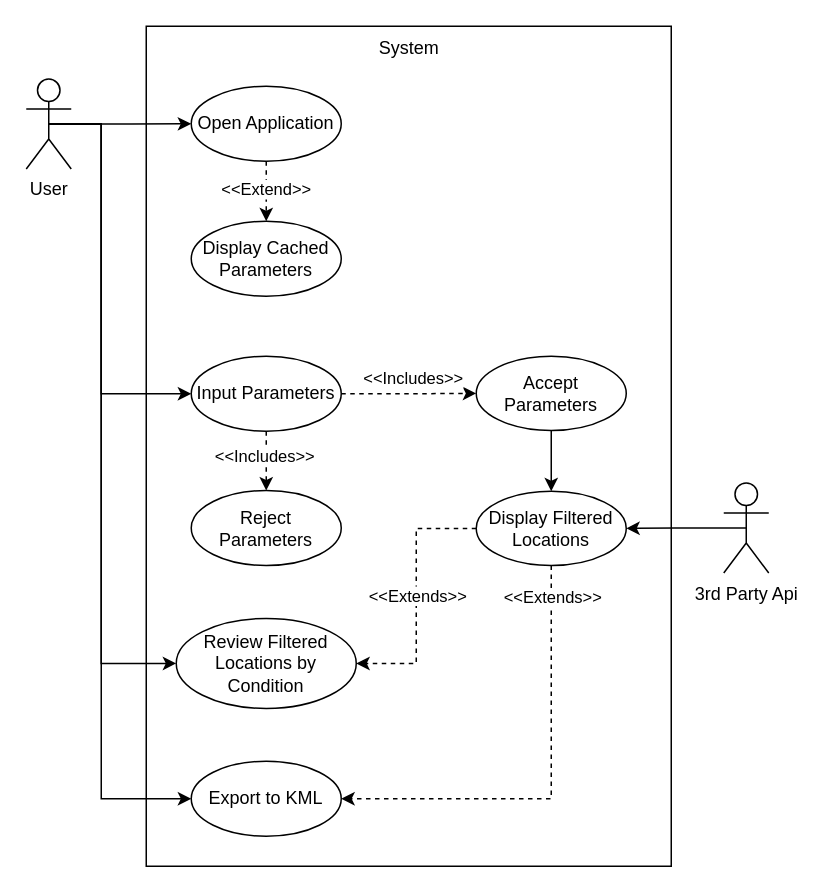
ALEEF02/PrecisionLocationProcessor keeps this draw.io diagram as UML/DrawIO/UseCaseV2.drawio. Above is the earlier version. Source tidied: cells renumbered, new cells numbered last; positions are measured from the earlier drawing's top-left corner, leaving out a move shared by most shapes. Both pictures are drawn from the tidied source at 150%, with x=0, y=0 at pixel (26, 26).
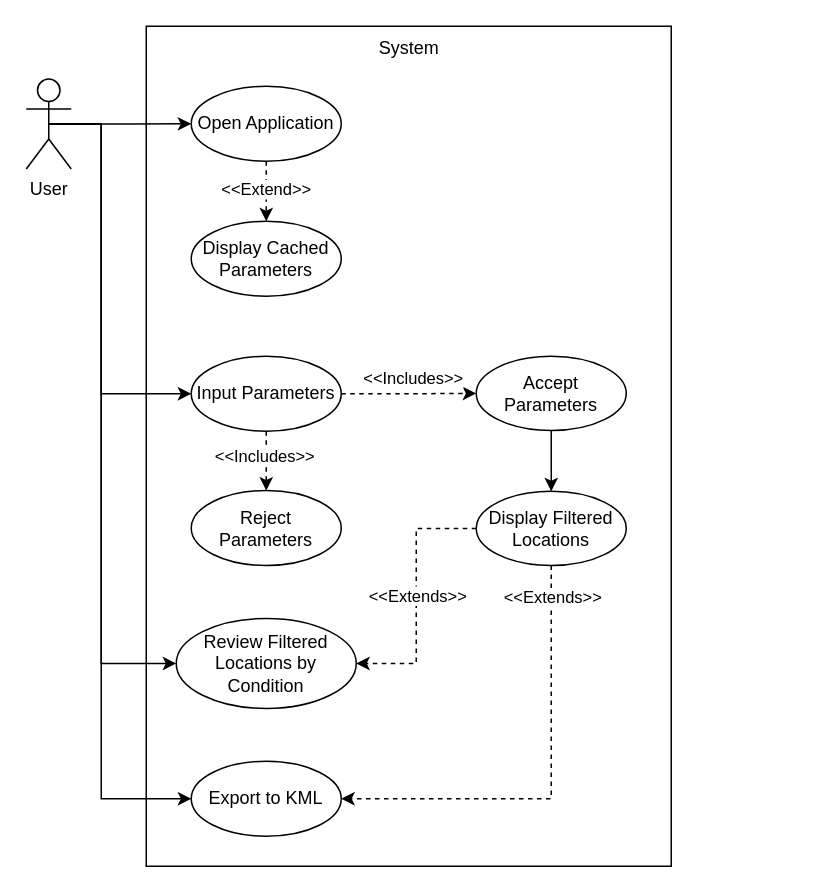
The same diagram, later.

Commit message:
Remove 3rd party api from usecase diagram

Unchanged cells that the change refers to:
```xml
<mxCell id="22" value="Display Filtered Locations" style="ellipse;whiteSpace=wrap;html=1;" parent="1" vertex="1">
  <mxGeometry x="300" y="310" width="100" height="49.5" as="geometry" />
</mxCell>
```

What changed in the source:
```diff
@@
-    <mxCell id="27" style="edgeStyle=orthogonalEdgeStyle;rounded=0;jettySize=auto;html=1;exitX=0.5;exitY=0.5;exitDx=0;exitDy=0;exitPerimeter=0;entryX=1;entryY=0.5;entryDx=0;entryDy=0;" parent="1" edge="1" source="28" target="22">
-      <mxGeometry relative="1" as="geometry" />
-    </mxCell>
-    <mxCell id="28" value="3rd Party Api" style="shape=umlActor;verticalLabelPosition=bottom;verticalAlign=top;html=1;outlineConnect=0;" parent="1" vertex="1">
-      <mxGeometry x="465" y="304.5" width="30" height="60" as="geometry" />
-    </mxCell>
```
